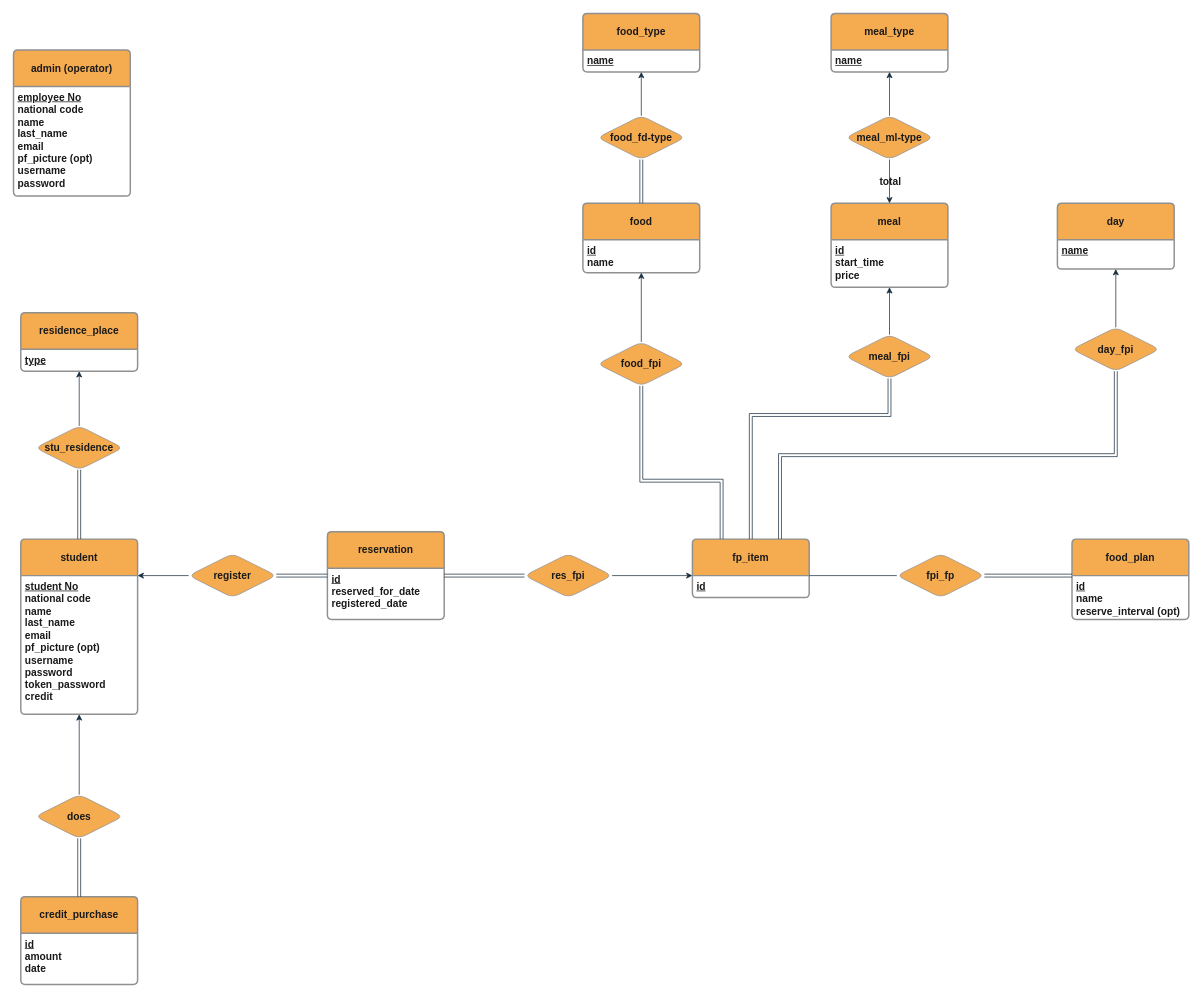
Above: design/ERD.drawio in MrGreen-22/UniFood (draw.io), before the change. Source tidied: cells renumbered, new cells numbered last; positions are measured from the earlier drawing's top-left corner, leaving out a move shared by most shapes. Both pictures are drawn from the tidied source at 73%, with x=0, y=0 at pixel (13, 13).
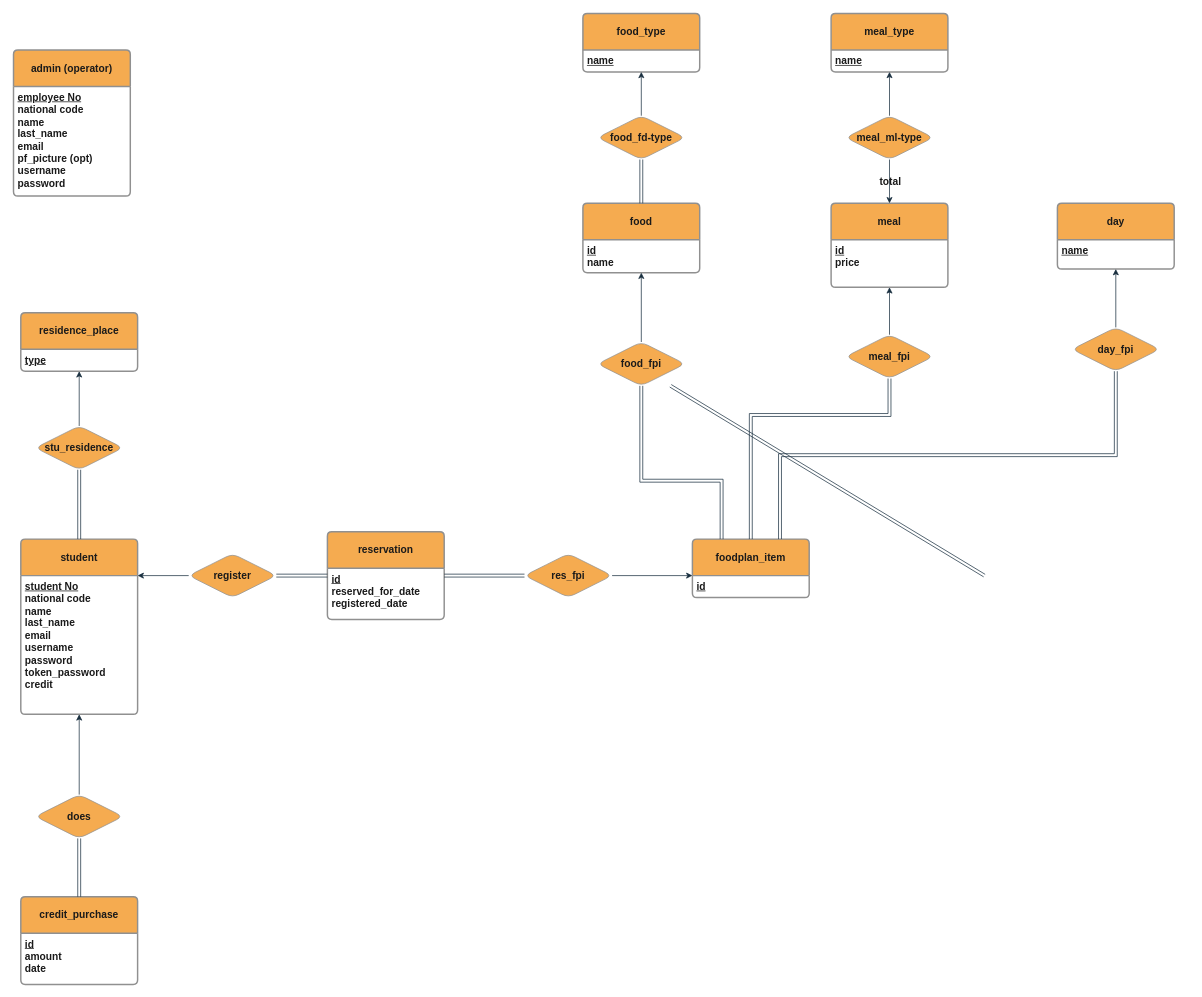
The same diagram, later.

Commit message (it also covers changes not shown here):
modified ERD: deleted extra features

Unchanged cells that the change refers to:
```xml
<mxCell id="4" value="student" style="swimlane;horizontal=1;startSize=50;rounded=1;fontSize=14;fontStyle=1;strokeWidth=2;shadow=0;dashed=0;align=center;arcSize=4;whiteSpace=wrap;html=1;strokeColor=#909090;verticalAlign=middle;fontFamily=Helvetica;fontColor=#1A1A1A;labelBackgroundColor=none;fillColor=#F5AB50;" parent="1" vertex="1">
  <mxGeometry x="10" y="720" width="160" height="240" as="geometry" />
</mxCell>
<mxCell id="10" value="meal" style="swimlane;horizontal=1;startSize=50;rounded=1;fontSize=14;fontStyle=1;strokeWidth=2;shadow=0;dashed=0;align=center;arcSize=4;whiteSpace=wrap;html=1;strokeColor=#909090;verticalAlign=middle;fontFamily=Helvetica;fontColor=#1A1A1A;labelBackgroundColor=none;fillColor=#F5AB50;" parent="1" vertex="1">
  <mxGeometry x="1120" y="260" width="160" height="115" as="geometry" />
</mxCell>
<mxCell id="21" value="&lt;u style=&quot;font-size: 14px;&quot;&gt;id&lt;/u&gt;" style="align=left;strokeColor=none;fillColor=none;spacingLeft=4;fontSize=14;verticalAlign=top;html=1;rounded=1;fontFamily=Helvetica;fontColor=#1A1A1A;fontStyle=1;labelBackgroundColor=none;" parent="20" vertex="1">
  <mxGeometry y="50" width="160" height="30" as="geometry" />
</mxCell>
```

Change to the diagram source:
```diff
@@
-    <mxCell id="5" value="&lt;u style=&quot;font-size: 14px;&quot;&gt;student No&lt;/u&gt;&lt;div style=&quot;font-size: 14px;&quot;&gt;&lt;div style=&quot;font-size: 14px;&quot;&gt;national code&lt;/div&gt;name&lt;div style=&quot;font-size: 14px;&quot;&gt;last_name&lt;/div&gt;&lt;div style=&quot;font-size: 14px;&quot;&gt;email&lt;/div&gt;&lt;div style=&quot;font-size: 14px;&quot;&gt;pf_picture (opt)&lt;br style=&quot;font-size: 14px;&quot;&gt;&lt;/div&gt;&lt;div style=&quot;font-size: 14px;&quot;&gt;username&lt;/div&gt;&lt;div style=&quot;font-size: 14px;&quot;&gt;password&lt;/div&gt;&lt;div style=&quot;font-size: 14px;&quot;&gt;token_password&lt;u style=&quot;font-size: 14px;&quot;&gt;&lt;br style=&quot;font-size: 14px;&quot;&gt;&lt;/u&gt;&lt;div style=&quot;font-size: 14px;&quot;&gt;credit&lt;/div&gt;&lt;/div&gt;&lt;/div&gt;" style="align=left;strokeColor=none;fillColor=none;spacingLeft=4;fontSize=14;verticalAlign=top;html=1;rounded=1;fontFamily=Helvetica;fontColor=#1A1A1A;fontStyle=1;labelBackgroundColor=none;" parent="4" vertex="1">
+    <mxCell id="5" value="&lt;u style=&quot;font-size: 14px;&quot;&gt;student No&lt;/u&gt;&lt;div style=&quot;font-size: 14px;&quot;&gt;&lt;div style=&quot;font-size: 14px;&quot;&gt;national code&lt;/div&gt;name&lt;div style=&quot;font-size: 14px;&quot;&gt;last_name&lt;/div&gt;&lt;div style=&quot;font-size: 14px;&quot;&gt;email&lt;/div&gt;&lt;div style=&quot;font-size: 14px;&quot;&gt;username&lt;/div&gt;&lt;div style=&quot;font-size: 14px;&quot;&gt;password&lt;/div&gt;&lt;div style=&quot;font-size: 14px;&quot;&gt;token_password&lt;u style=&quot;font-size: 14px;&quot;&gt;&lt;br style=&quot;font-size: 14px;&quot;&gt;&lt;/u&gt;&lt;div style=&quot;font-size: 14px;&quot;&gt;credit&lt;/div&gt;&lt;/div&gt;&lt;/div&gt;" style="align=left;strokeColor=none;fillColor=none;spacingLeft=4;fontSize=14;verticalAlign=top;html=1;rounded=1;fontFamily=Helvetica;fontColor=#1A1A1A;fontStyle=1;labelBackgroundColor=none;" parent="4" vertex="1">
       <mxGeometry y="50" width="160" height="190" as="geometry" />
     </mxCell>
@@
-    <mxCell id="11" value="&lt;u style=&quot;font-size: 14px;&quot;&gt;id&lt;/u&gt;&lt;br style=&quot;font-size: 14px;&quot;&gt;&lt;div style=&quot;font-size: 14px;&quot;&gt;start_time&lt;br style=&quot;font-size: 14px;&quot;&gt;&lt;div style=&quot;font-size: 14px;&quot;&gt;price&lt;/div&gt;&lt;/div&gt;" style="align=left;strokeColor=none;fillColor=none;spacingLeft=4;fontSize=14;verticalAlign=top;html=1;rounded=1;fontFamily=Helvetica;fontColor=#1A1A1A;fontStyle=1;labelBackgroundColor=none;" parent="10" vertex="1">
+    <mxCell id="11" value="&lt;u style=&quot;font-size: 14px;&quot;&gt;id&lt;/u&gt;&lt;div style=&quot;font-size: 14px;&quot;&gt;&lt;div style=&quot;font-size: 14px;&quot;&gt;price&lt;/div&gt;&lt;/div&gt;" style="align=left;strokeColor=none;fillColor=none;spacingLeft=4;fontSize=14;verticalAlign=top;html=1;rounded=1;fontFamily=Helvetica;fontColor=#1A1A1A;fontStyle=1;labelBackgroundColor=none;" parent="10" vertex="1">
       <mxGeometry y="50" width="160" height="65" as="geometry" />
     </mxCell>
@@
-    <mxCell id="20" value="fp_item" style="swimlane;horizontal=1;startSize=50;rounded=1;fontSize=14;fontStyle=1;strokeWidth=2;shadow=0;dashed=0;align=center;arcSize=4;whiteSpace=wrap;html=1;strokeColor=#909090;verticalAlign=middle;fontFamily=Helvetica;fontColor=#1A1A1A;labelBackgroundColor=none;fillColor=#F5AB50;" parent="1" vertex="1">
+    <mxCell id="20" value="foodplan_item" style="swimlane;horizontal=1;startSize=50;rounded=1;fontSize=14;fontStyle=1;strokeWidth=2;shadow=0;dashed=0;align=center;arcSize=4;whiteSpace=wrap;html=1;strokeColor=#909090;verticalAlign=middle;fontFamily=Helvetica;fontColor=#1A1A1A;labelBackgroundColor=none;fillColor=#F5AB50;" parent="1" vertex="1">
       <mxGeometry x="930" y="720" width="160" height="80" as="geometry" />
     </mxCell>
@@
-    <mxCell id="33" value="food_plan" style="swimlane;horizontal=1;startSize=50;rounded=1;fontSize=14;fontStyle=1;strokeWidth=2;shadow=0;dashed=0;align=center;arcSize=4;whiteSpace=wrap;html=1;strokeColor=#909090;verticalAlign=middle;fontFamily=Helvetica;fontColor=#1A1A1A;labelBackgroundColor=none;fillColor=#F5AB50;" parent="1" vertex="1">
-      <mxGeometry x="1450" y="720" width="160" height="110" as="geometry" />
-    </mxCell>
-    <mxCell id="34" value="&lt;u style=&quot;font-size: 14px;&quot;&gt;id&lt;/u&gt;&lt;div style=&quot;font-size: 14px;&quot;&gt;name&lt;/div&gt;&lt;div style=&quot;font-size: 14px;&quot;&gt;reserve_interval (opt)&lt;/div&gt;" style="align=left;strokeColor=none;fillColor=none;spacingLeft=4;fontSize=14;verticalAlign=top;html=1;rounded=1;fontFamily=Helvetica;fontColor=#1A1A1A;fontStyle=1;labelBackgroundColor=none;" parent="33" vertex="1">
-      <mxGeometry y="50" width="160" height="60" as="geometry" />
-    </mxCell>
-    <mxCell id="35" value="fpi_fp" style="shape=rhombus;perimeter=rhombusPerimeter;whiteSpace=wrap;html=1;align=center;rounded=1;strokeColor=#909090;verticalAlign=middle;fontFamily=Helvetica;fontSize=14;fontColor=#1A1A1A;fontStyle=1;labelBackgroundColor=none;fillColor=#F5AB50;" parent="1" vertex="1">
-      <mxGeometry x="1210" y="740" width="120" height="60" as="geometry" />
-    </mxCell>
-    <mxCell id="36" style="shape=link;html=1;rounded=0;entryX=0;entryY=0;entryDx=0;entryDy=0;exitX=1;exitY=0.5;exitDx=0;exitDy=0;fontSize=14;fontStyle=1;labelBackgroundColor=none;strokeColor=#182E3E;fontColor=default;" parent="1" edge="1" source="35" target="34">
-      <mxGeometry relative="1" as="geometry" />
+    <mxCell id="36" style="shape=link;html=1;rounded=0;entryX=0;entryY=0;entryDx=0;entryDy=0;exitX=1;exitY=0.5;exitDx=0;exitDy=0;fontSize=14;fontStyle=1;labelBackgroundColor=none;strokeColor=#182E3E;fontColor=default;" parent="1" edge="1">
+      <mxGeometry relative="1" as="geometry">
+        <mxPoint x="1330" y="770" as="sourcePoint" />
+        <mxPoint x="900" y="510" as="targetPoint" />
+      </mxGeometry>
     </mxCell>
-    <mxCell id="37" style="endArrow=none;html=1;rounded=0;entryX=0;entryY=0.5;entryDx=0;entryDy=0;exitX=1;exitY=0;exitDx=0;exitDy=0;fontSize=14;fontStyle=1;labelBackgroundColor=none;strokeColor=#182E3E;fontColor=default;" parent="1" edge="1" source="21" target="35">
-      <mxGeometry relative="1" as="geometry" />
-    </mxCell>
```
